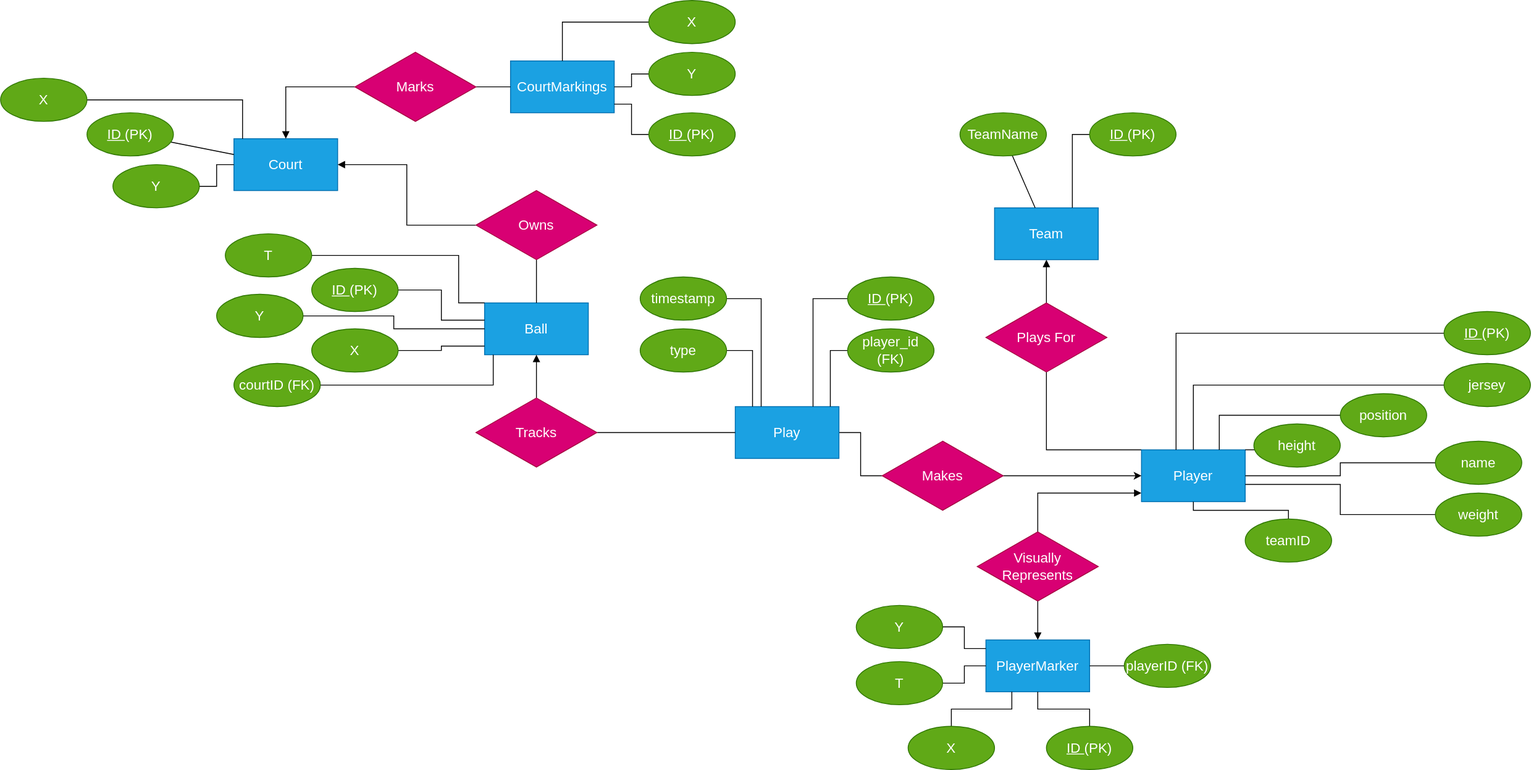
This is ER diagram.drawio.svg from kierin-101/db-systems-final, a draw.io export, as it was before one commit. Source tidied: cells renumbered, new cells last; positions are measured from the earlier drawing's top-left corner, leaving out a move shared by most shapes.
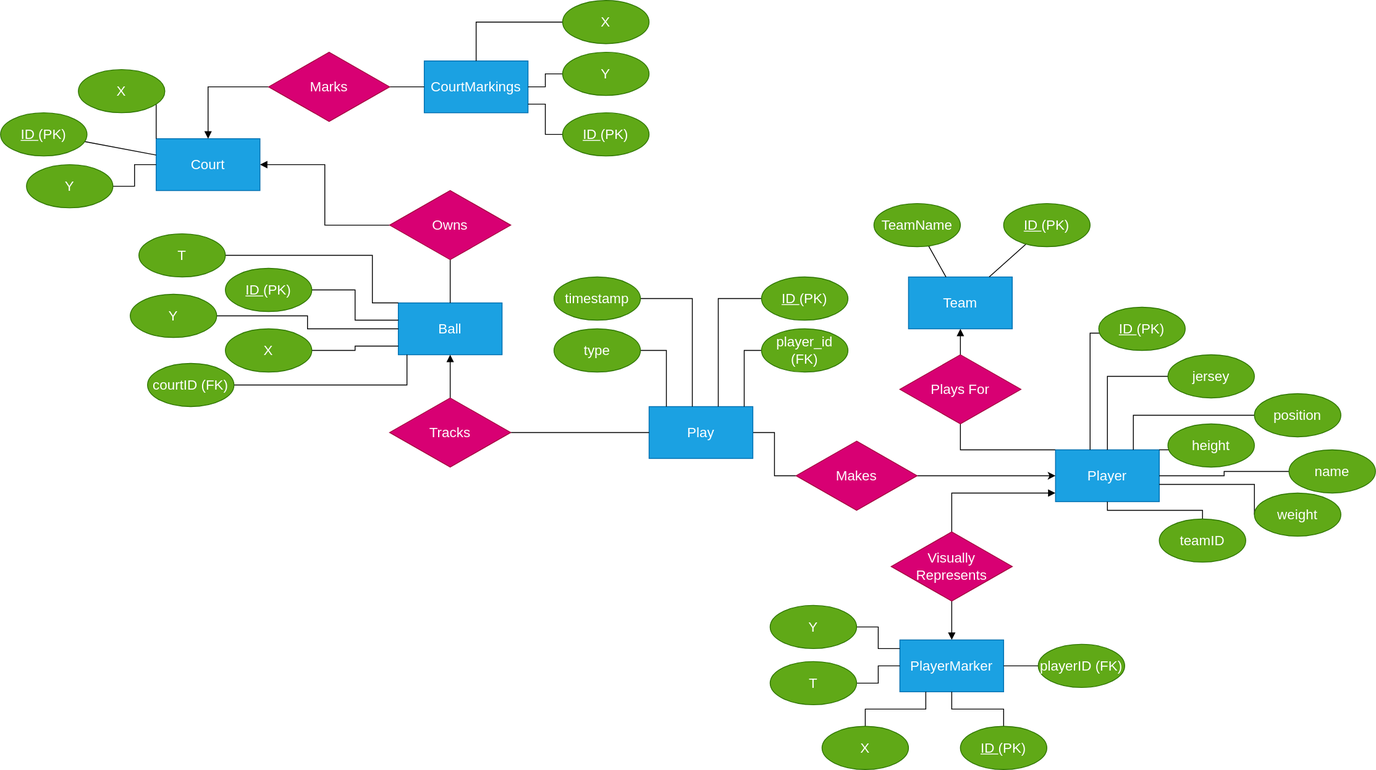
Later version of the same file.

Change to the diagram source:
```diff
@@ -3,13 +3,13 @@
     <mxCell id="0" />
     <mxCell id="1" parent="0" />
     <mxCell id="2" value="&lt;font style=&quot;font-size: 16px;&quot;&gt;Court&lt;/font&gt;" style="whiteSpace=wrap;html=1;fontSize=16;fillColor=#1ba1e2;fontColor=#ffffff;strokeColor=#006EAF;" parent="1" vertex="1">
-      <mxGeometry x="270" y="160" width="120" height="60" as="geometry" />
+      <mxGeometry x="280" y="160" width="120" height="60" as="geometry" />
     </mxCell>
     <mxCell id="3" style="edgeStyle=orthogonalEdgeStyle;rounded=0;jettySize=auto;html=1;endArrow=none;endFill=0;startArrow=block;startFill=1;fontSize=16;" parent="1" edge="1" source="4" target="56">
       <mxGeometry relative="1" as="geometry" />
     </mxCell>
     <mxCell id="4" value="&lt;div style=&quot;font-size: 16px;&quot;&gt;Team&lt;/div&gt;" style="whiteSpace=wrap;html=1;fontSize=16;fillColor=#1ba1e2;fontColor=#ffffff;strokeColor=#006EAF;" parent="1" vertex="1">
-      <mxGeometry x="1150" y="240" width="120" height="60" as="geometry" />
+      <mxGeometry x="1150" y="320" width="120" height="60" as="geometry" />
     </mxCell>
     <mxCell id="5" style="edgeStyle=orthogonalEdgeStyle;rounded=0;jettySize=auto;html=1;endArrow=none;endFill=0;fontSize=16;" parent="1" edge="1" source="7" target="56">
       <mxGeometry relative="1" as="geometry">
@@ -45,7 +45,7 @@
       </mxGeometry>
     </mxCell>
     <mxCell id="12" value="X" style="ellipse;whiteSpace=wrap;html=1;fontSize=16;fillColor=#60a917;fontColor=#ffffff;strokeColor=#2D7600;" parent="1" vertex="1">
-      <mxGeometry y="90" width="100" height="50" as="geometry" />
+      <mxGeometry x="190" y="80" width="100" height="50" as="geometry" />
     </mxCell>
     <mxCell id="13" style="edgeStyle=orthogonalEdgeStyle;rounded=0;jettySize=auto;html=1;endArrow=none;endFill=0;fontSize=16;" parent="1" edge="1" source="14" target="2">
       <mxGeometry relative="1" as="geometry" />
@@ -86,17 +86,13 @@
       <mxGeometry relative="1" as="geometry" />
     </mxCell>
     <mxCell id="24" value="TeamName" style="ellipse;whiteSpace=wrap;html=1;fontSize=16;fillColor=#60a917;fontColor=#ffffff;strokeColor=#2D7600;" parent="1" vertex="1">
-      <mxGeometry x="1110" y="130" width="100" height="50" as="geometry" />
+      <mxGeometry x="1110" y="235" width="100" height="50" as="geometry" />
     </mxCell>
-    <mxCell id="25" style="edgeStyle=orthogonalEdgeStyle;rounded=0;jettySize=auto;html=1;endArrow=none;endFill=0;fontSize=16;" parent="1" edge="1" source="26" target="4">
-      <mxGeometry relative="1" as="geometry">
-        <Array as="points">
-          <mxPoint x="1240" y="155" />
-        </Array>
-      </mxGeometry>
+    <mxCell id="25" style="edgeStyle=none;html=1;endArrow=none;endFill=0;" parent="1" edge="1" source="26" target="4">
+      <mxGeometry relative="1" as="geometry" />
     </mxCell>
     <mxCell id="26" value="&lt;u style=&quot;font-size: 16px;&quot;&gt;ID&lt;/u&gt; (PK)" style="ellipse;whiteSpace=wrap;html=1;fontSize=16;fillColor=#60a917;fontColor=#ffffff;strokeColor=#2D7600;" parent="1" vertex="1">
-      <mxGeometry x="1260" y="130" width="100" height="50" as="geometry" />
+      <mxGeometry x="1260" y="235" width="100" height="50" as="geometry" />
     </mxCell>
     <mxCell id="27" style="edgeStyle=orthogonalEdgeStyle;rounded=0;jettySize=auto;html=1;endArrow=none;endFill=0;fontSize=16;" parent="1" edge="1" source="28" target="7">
       <mxGeometry relative="1" as="geometry">
@@ -106,13 +102,13 @@
       </mxGeometry>
     </mxCell>
     <mxCell id="28" value="&lt;u style=&quot;font-size: 16px;&quot;&gt;ID&lt;/u&gt; (PK)" style="ellipse;whiteSpace=wrap;html=1;fontSize=16;fillColor=#60a917;fontColor=#ffffff;strokeColor=#2D7600;" parent="1" vertex="1">
-      <mxGeometry x="1670" y="360" width="100" height="50" as="geometry" />
+      <mxGeometry x="1370" y="355" width="100" height="50" as="geometry" />
     </mxCell>
     <mxCell id="29" style="edgeStyle=orthogonalEdgeStyle;rounded=0;jettySize=auto;html=1;endArrow=none;endFill=0;fontSize=16;" parent="1" edge="1" source="30" target="7">
       <mxGeometry relative="1" as="geometry" />
     </mxCell>
     <mxCell id="30" value="name" style="ellipse;whiteSpace=wrap;html=1;fontSize=16;fillColor=#60a917;fontColor=#ffffff;strokeColor=#2D7600;" parent="1" vertex="1">
-      <mxGeometry x="1660" y="510" width="100" height="50" as="geometry" />
+      <mxGeometry x="1590" y="520" width="100" height="50" as="geometry" />
     </mxCell>
     <mxCell id="31" style="edgeStyle=orthogonalEdgeStyle;rounded=0;jettySize=auto;html=1;endArrow=none;endFill=0;fontSize=16;" parent="1" edge="1" source="33" target="7">
       <mxGeometry relative="1" as="geometry">
@@ -144,13 +140,13 @@
       </mxGeometry>
     </mxCell>
     <mxCell id="36" value="weight" style="ellipse;whiteSpace=wrap;html=1;fontSize=16;fillColor=#60a917;fontColor=#ffffff;strokeColor=#2D7600;" parent="1" vertex="1">
-      <mxGeometry x="1660" y="570" width="100" height="50" as="geometry" />
+      <mxGeometry x="1550" y="570" width="100" height="50" as="geometry" />
     </mxCell>
     <mxCell id="37" style="edgeStyle=orthogonalEdgeStyle;rounded=0;jettySize=auto;html=1;endArrow=none;endFill=0;fontSize=16;" parent="1" edge="1" source="38" target="7">
       <mxGeometry relative="1" as="geometry" />
     </mxCell>
     <mxCell id="38" value="jersey" style="ellipse;whiteSpace=wrap;html=1;fontSize=16;fillColor=#60a917;fontColor=#ffffff;strokeColor=#2D7600;" parent="1" vertex="1">
-      <mxGeometry x="1670" y="420" width="100" height="50" as="geometry" />
+      <mxGeometry x="1450" y="410" width="100" height="50" as="geometry" />
     </mxCell>
     <mxCell id="39" style="edgeStyle=orthogonalEdgeStyle;rounded=0;jettySize=auto;html=1;endArrow=none;endFill=0;fontSize=16;" parent="1" edge="1" source="40" target="7">
       <mxGeometry relative="1" as="geometry">
@@ -228,7 +224,7 @@
       <mxGeometry x="360" y="380" width="100" height="50" as="geometry" />
     </mxCell>
     <mxCell id="56" value="Plays For" style="rhombus;whiteSpace=wrap;html=1;fontSize=16;fillColor=#d80073;fontColor=#ffffff;strokeColor=#A50040;" parent="1" vertex="1">
-      <mxGeometry x="1140" y="350" width="140" height="80" as="geometry" />
+      <mxGeometry x="1140" y="410" width="140" height="80" as="geometry" />
     </mxCell>
     <mxCell id="57" value="&lt;div style=&quot;font-size: 16px;&quot;&gt;Visually&lt;/div&gt;&lt;div style=&quot;font-size: 16px;&quot;&gt;Represents&lt;/div&gt;" style="rhombus;whiteSpace=wrap;html=1;fontSize=16;fillColor=#d80073;fontColor=#ffffff;strokeColor=#A50040;" parent="1" vertex="1">
       <mxGeometry x="1130" y="615" width="140" height="80" as="geometry" />
@@ -253,7 +249,7 @@
     <mxCell id="62" style="edgeStyle=orthogonalEdgeStyle;rounded=0;jettySize=auto;html=1;endArrow=none;endFill=0;fontSize=16;" parent="1" edge="1" source="63" target="61">
       <mxGeometry relative="1" as="geometry">
         <Array as="points">
-          <mxPoint x="940" y="345" />
+          <mxPoint x="930" y="345" />
         </Array>
       </mxGeometry>
     </mxCell>
@@ -273,7 +269,7 @@
     <mxCell id="66" style="edgeStyle=orthogonalEdgeStyle;rounded=0;jettySize=auto;html=1;endArrow=none;endFill=0;fontSize=16;" parent="1" edge="1" source="67" target="61">
       <mxGeometry relative="1" as="geometry">
         <Array as="points">
-          <mxPoint x="880" y="345" />
+          <mxPoint x="900" y="345" />
         </Array>
       </mxGeometry>
     </mxCell>
```
